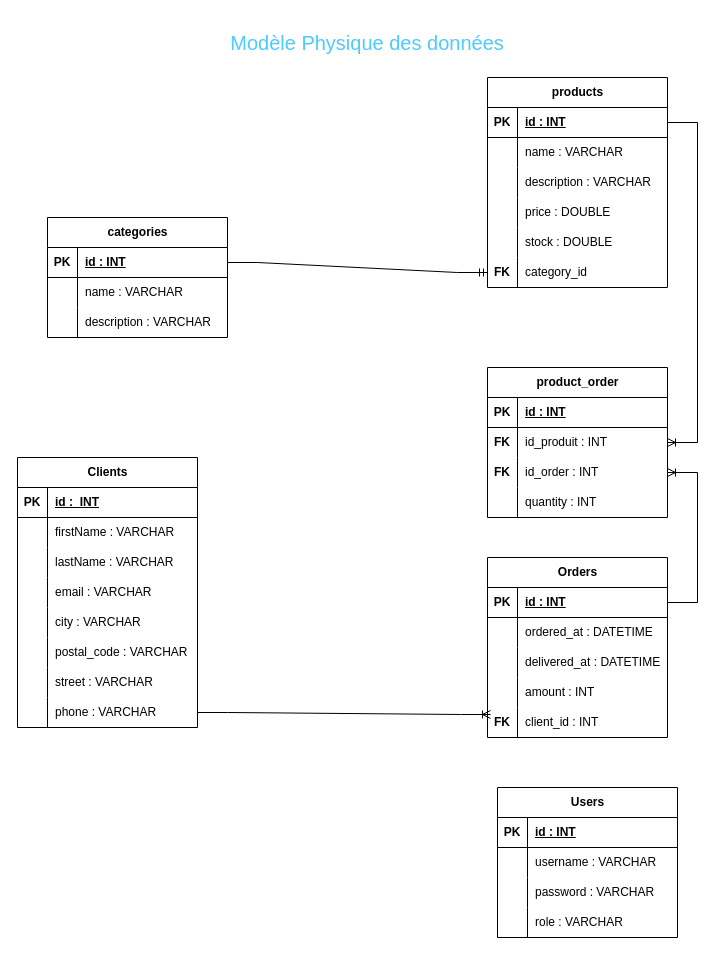
The draw.io diagram Modèle Physique de Donnée.drawio in josoa-ramaroson/SAYNA-SQL, before the edit. Source tidied: cells renumbered, new cells numbered last; positions are measured from the earlier drawing's top-left corner, leaving out a move shared by most shapes. Both pictures are drawn from the tidied source at 100%, with x=0, y=0 at pixel (17, 17).
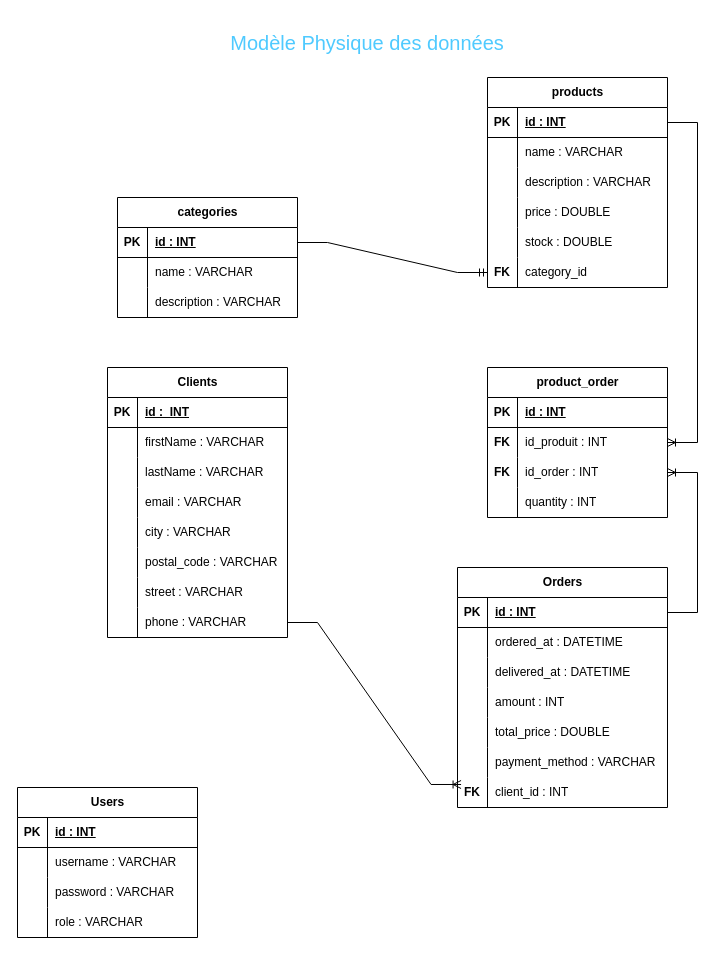
Above is the later version.

The change refers to these unchanged cells:
```xml
<mxCell id="95" style="shape=tableRow;horizontal=0;startSize=0;swimlaneHead=0;swimlaneBody=0;fillColor=none;points=[[0,0.5],[1,0.5]];portConstraint=eastwest;top=0;left=0;right=0;bottom=0;" parent="88" vertex="1">
  <mxGeometry y="90" width="180" height="30" as="geometry" />
</mxCell>
```

Diff of the diagram source:
```diff
@@
     <mxCell id="22" value="categories" style="shape=table;startSize=30;childLayout=tableLayout;rowLines=0;fontStyle=1;align=center;html=1;" parent="1" vertex="1">
-      <mxGeometry x="30" y="200" width="180" height="120" as="geometry" />
+      <mxGeometry x="100" y="180" width="180" height="120" as="geometry" />
     </mxCell>
@@
     <mxCell id="33" value="Clients" style="shape=table;startSize=30;childLayout=tableLayout;rowLines=0;fontStyle=1;align=center;html=1;" parent="1" vertex="1">
-      <mxGeometry y="440" width="180" height="270" as="geometry" />
+      <mxGeometry x="90" y="350" width="180" height="270" as="geometry" />
     </mxCell>
@@
     <mxCell id="58" value="Orders" style="shape=table;startSize=30;childLayout=tableLayout;rowLines=0;fontStyle=1;align=center;html=1;" parent="1" vertex="1">
-      <mxGeometry x="470" y="540" width="180" height="180" as="geometry" />
+      <mxGeometry x="440" y="550" width="210" height="240" as="geometry" />
     </mxCell>
     <mxCell id="59" style="shape=tableRow;horizontal=0;startSize=0;swimlaneHead=0;swimlaneBody=0;fillColor=none;points=[[0,0.5],[1,0.5]];portConstraint=eastwest;top=0;left=0;right=0;bottom=1;" parent="58" vertex="1">
-      <mxGeometry y="30" width="180" height="30" as="geometry" />
+      <mxGeometry y="30" width="210" height="30" as="geometry" />
     </mxCell>
@@
     <mxCell id="61" value="id : INT" style="shape=partialRectangle;fillColor=none;top=0;left=0;bottom=0;right=0;align=left;spacingLeft=6;fontStyle=5;overflow=hidden;whiteSpace=wrap;html=1;" parent="59" vertex="1">
-      <mxGeometry x="30" width="150" height="30" as="geometry" />
+      <mxGeometry x="30" width="180" height="30" as="geometry" />
     </mxCell>
     <mxCell id="62" style="shape=tableRow;horizontal=0;startSize=0;swimlaneHead=0;swimlaneBody=0;fillColor=none;top=0;left=0;right=0;bottom=0;" parent="58" vertex="1">
-      <mxGeometry y="60" width="180" height="30" as="geometry" />
+      <mxGeometry y="60" width="210" height="30" as="geometry" />
     </mxCell>
@@
     <mxCell id="64" value="ordered_at : DATETIME" style="shape=partialRectangle;fillColor=none;top=0;left=0;bottom=0;right=0;align=left;spacingLeft=6;overflow=hidden;whiteSpace=wrap;html=1;" parent="62" vertex="1">
-      <mxGeometry x="30" width="150" height="30" as="geometry" />
+      <mxGeometry x="30" width="180" height="30" as="geometry" />
     </mxCell>
     <mxCell id="65" style="shape=tableRow;horizontal=0;startSize=0;swimlaneHead=0;swimlaneBody=0;fillColor=none;top=0;left=0;right=0;bottom=0;" parent="58" vertex="1">
-      <mxGeometry y="90" width="180" height="30" as="geometry" />
+      <mxGeometry y="90" width="210" height="30" as="geometry" />
     </mxCell>
@@
     <mxCell id="67" value="delivered_at : DATETIME" style="shape=partialRectangle;fillColor=none;top=0;left=0;bottom=0;right=0;align=left;spacingLeft=6;overflow=hidden;whiteSpace=wrap;html=1;" parent="65" vertex="1">
-      <mxGeometry x="30" width="150" height="30" as="geometry" />
+      <mxGeometry x="30" width="180" height="30" as="geometry" />
     </mxCell>
     <mxCell id="68" style="shape=tableRow;horizontal=0;startSize=0;swimlaneHead=0;swimlaneBody=0;fillColor=none;top=0;left=0;right=0;bottom=0;" parent="58" vertex="1">
-      <mxGeometry y="120" width="180" height="30" as="geometry" />
+      <mxGeometry y="120" width="210" height="30" as="geometry" />
     </mxCell>
@@
     <mxCell id="70" value="amount : INT" style="shape=partialRectangle;fillColor=none;top=0;left=0;bottom=0;right=0;align=left;spacingLeft=6;overflow=hidden;whiteSpace=wrap;html=1;" parent="68" vertex="1">
-      <mxGeometry x="30" width="150" height="30" as="geometry" />
+      <mxGeometry x="30" width="180" height="30" as="geometry" />
     </mxCell>
+    <mxCell id="103" style="shape=tableRow;horizontal=0;startSize=0;swimlaneHead=0;swimlaneBody=0;fillColor=none;top=0;left=0;right=0;bottom=0;" parent="58" vertex="1">
+      <mxGeometry y="150" width="210" height="30" as="geometry" />
+    </mxCell>
+    <mxCell id="104" style="shape=partialRectangle;fillColor=none;top=0;left=0;bottom=0;right=0;overflow=hidden;whiteSpace=wrap;html=1;" parent="103" vertex="1">
+      <mxGeometry width="30" height="30" as="geometry" />
+    </mxCell>
+    <mxCell id="105" value="total_price : DOUBLE" style="shape=partialRectangle;fillColor=none;top=0;left=0;bottom=0;right=0;align=left;spacingLeft=6;overflow=hidden;whiteSpace=wrap;html=1;" parent="103" vertex="1">
+      <mxGeometry x="30" width="180" height="30" as="geometry" />
+    </mxCell>
+    <mxCell id="106" style="shape=tableRow;horizontal=0;startSize=0;swimlaneHead=0;swimlaneBody=0;fillColor=none;top=0;left=0;right=0;bottom=0;" parent="58" vertex="1">
+      <mxGeometry y="180" width="210" height="30" as="geometry" />
+    </mxCell>
+    <mxCell id="107" style="shape=partialRectangle;fillColor=none;top=0;left=0;bottom=0;right=0;overflow=hidden;whiteSpace=wrap;html=1;" parent="106" vertex="1">
+      <mxGeometry width="30" height="30" as="geometry" />
+    </mxCell>
+    <mxCell id="108" value="payment_method : VARCHAR" style="shape=partialRectangle;fillColor=none;top=0;left=0;bottom=0;right=0;align=left;spacingLeft=6;overflow=hidden;whiteSpace=wrap;html=1;" parent="106" vertex="1">
+      <mxGeometry x="30" width="180" height="30" as="geometry" />
+    </mxCell>
     <mxCell id="71" style="shape=tableRow;horizontal=0;startSize=0;swimlaneHead=0;swimlaneBody=0;fillColor=none;points=[[0,0.5],[1,0.5]];portConstraint=eastwest;top=0;left=0;right=0;bottom=0;" parent="58" vertex="1">
-      <mxGeometry y="150" width="180" height="30" as="geometry" />
+      <mxGeometry y="210" width="210" height="30" as="geometry" />
     </mxCell>
@@
     <mxCell id="73" value="client_id : INT" style="shape=partialRectangle;fillColor=none;top=0;left=0;bottom=0;right=0;align=left;spacingLeft=6;overflow=hidden;whiteSpace=wrap;html=1;" parent="71" vertex="1">
-      <mxGeometry x="30" width="150" height="30" as="geometry" />
+      <mxGeometry x="30" width="180" height="30" as="geometry" />
     </mxCell>
@@
     <mxCell id="75" value="Users" style="shape=table;startSize=30;childLayout=tableLayout;rowLines=0;fontStyle=1;align=center;html=1;" parent="1" vertex="1">
-      <mxGeometry x="480" y="770" width="180" height="150" as="geometry" />
+      <mxGeometry y="770" width="180" height="150" as="geometry" />
     </mxCell>
@@
-    <mxCell id="102" style="edgeStyle=entityRelationEdgeStyle;fontSize=12;html=1;endArrow=ERoneToMany;rounded=0;exitX=1;exitY=0.5;exitDx=0;exitDy=0;entryX=1;entryY=0.5;entryDx=0;entryDy=0;" parent="1" edge="1" source="59" target="95">
+    <mxCell id="102" style="edgeStyle=entityRelationEdgeStyle;fontSize=12;html=1;endArrow=ERoneToMany;rounded=0;exitX=1;exitY=0.5;exitDx=0;exitDy=0;" parent="1" edge="1" source="59" target="95">
       <mxGeometry relative="1" as="geometry" />
     </mxCell>
```
